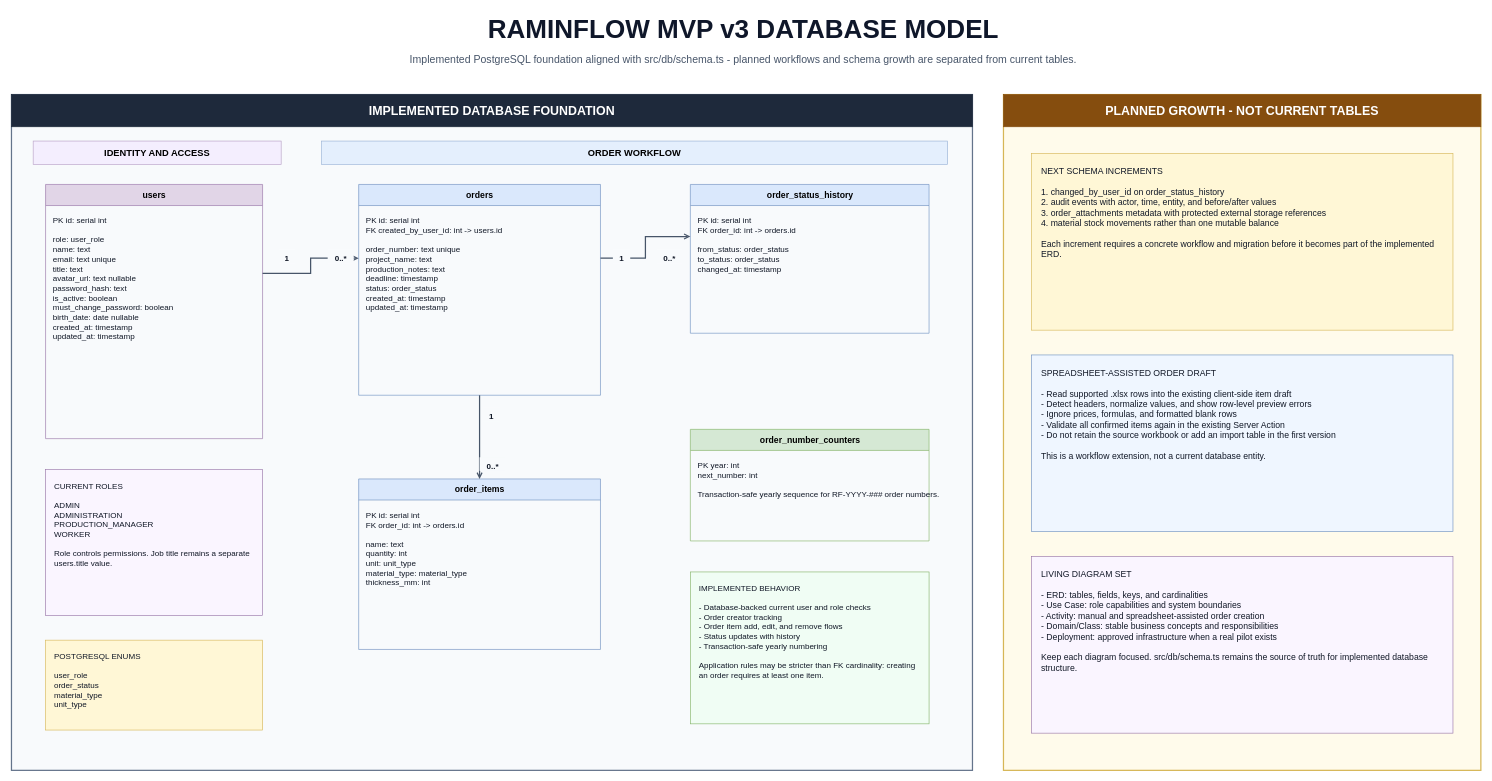
This is docs/raminflow-mvp-erd.drawio from RaminTuzelis/raminflow, a draw.io file, before an edit. Source tidied: cells renumbered, new cells numbered last; positions are measured from the earlier drawing's top-left corner, leaving out a move shared by most shapes. Both pictures are drawn from the tidied source at 62%, with x=0, y=0 at pixel (11, 11).
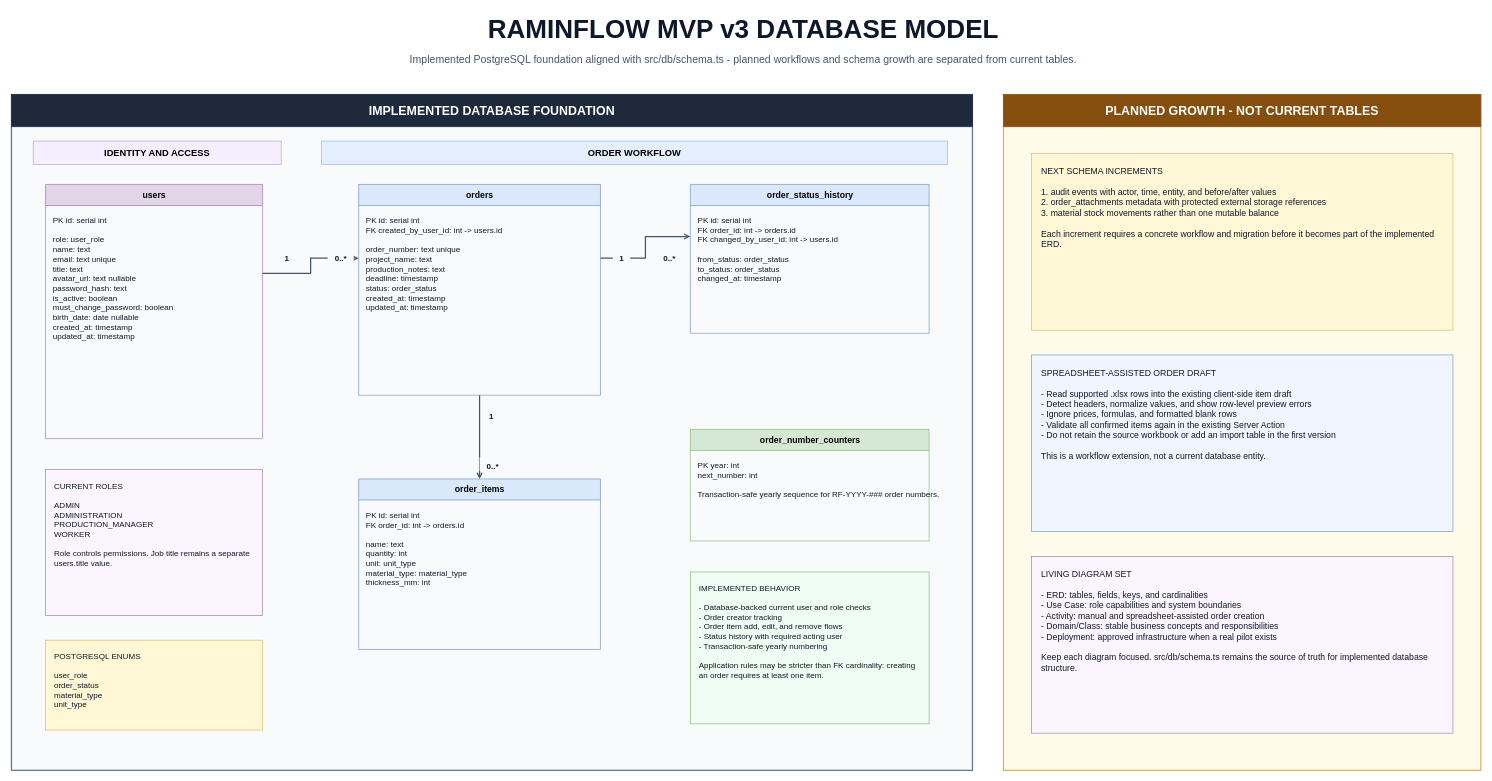
The same page after the edit.

Commit message (it also covers changes not shown here):
Align project documentation with current implementation

The change refers to these unchanged cells:
```xml
<mxCell id="16" value="order_status_history" style="swimlane;html=1;startSize=34;rounded=0;fontStyle=1;fontSize=14;fillColor=#dae8fc;strokeColor=#6c8ebf;" parent="1" vertex="1">
  <mxGeometry x="1095" y="280" width="385" height="240" as="geometry" />
</mxCell>
```

What changed in the source:
```diff
@@
-    <mxCell id="17" value="PK  id: serial int&lt;br&gt;FK  order_id: int -&gt; orders.id&lt;br&gt;&lt;br&gt;from_status: order_status&lt;br&gt;to_status: order_status&lt;br&gt;changed_at: timestamp" style="text;html=1;strokeColor=none;fillColor=none;align=left;verticalAlign=top;spacing=12;fontSize=13;fontColor=#111827;" parent="16" vertex="1">
+    <mxCell id="17" value="PK  id: serial int&lt;br&gt;FK  order_id: int -&gt; orders.id&lt;br&gt;FK  changed_by_user_id: int -&gt; users.id&lt;br&gt;&lt;br&gt;from_status: order_status&lt;br&gt;to_status: order_status&lt;br&gt;changed_at: timestamp" style="text;html=1;strokeColor=none;fillColor=none;align=left;verticalAlign=top;spacing=12;fontSize=13;fontColor=#111827;" parent="16" vertex="1">
       <mxGeometry y="34" width="385" height="206" as="geometry" />
     </mxCell>
@@
-    <mxCell id="20" value="IMPLEMENTED BEHAVIOR&lt;br&gt;&lt;br&gt;- Database-backed current user and role checks&lt;br&gt;- Order creator tracking&lt;br&gt;- Order item add, edit, and remove flows&lt;br&gt;- Status updates with history&lt;br&gt;- Transaction-safe yearly numbering&lt;br&gt;&lt;br&gt;Application rules may be stricter than FK cardinality: creating an order requires at least one item." style="rounded=0;whiteSpace=wrap;html=1;fontSize=13;align=left;verticalAlign=top;fillColor=#f0fdf4;strokeColor=#82b366;fontColor=#111827;spacing=14;" parent="1" vertex="1">
+    <mxCell id="20" value="IMPLEMENTED BEHAVIOR&lt;br&gt;&lt;br&gt;- Database-backed current user and role checks&lt;br&gt;- Order creator tracking&lt;br&gt;- Order item add, edit, and remove flows&lt;br&gt;- Status history with required acting user&lt;br&gt;- Transaction-safe yearly numbering&lt;br&gt;&lt;br&gt;Application rules may be stricter than FK cardinality: creating an order requires at least one item." style="rounded=0;whiteSpace=wrap;html=1;fontSize=13;align=left;verticalAlign=top;fillColor=#f0fdf4;strokeColor=#82b366;fontColor=#111827;spacing=14;" parent="1" vertex="1">
       <mxGeometry x="1095" y="905" width="385" height="245" as="geometry" />
     </mxCell>
@@
-    <mxCell id="32" value="NEXT SCHEMA INCREMENTS&lt;br&gt;&lt;br&gt;1. changed_by_user_id on order_status_history&lt;br&gt;2. audit events with actor, time, entity, and before/after values&lt;br&gt;3. order_attachments metadata with protected external storage references&lt;br&gt;4. material stock movements rather than one mutable balance&lt;br&gt;&lt;br&gt;Each increment requires a concrete workflow and migration before it becomes part of the implemented ERD." style="rounded=0;whiteSpace=wrap;html=1;fontSize=14;align=left;verticalAlign=top;fillColor=#fff7d6;strokeColor=#d6b656;fontColor=#111827;spacing=16;" parent="1" vertex="1">
+    <mxCell id="32" value="NEXT SCHEMA INCREMENTS&lt;br&gt;&lt;br&gt;1. audit events with actor, time, entity, and before/after values&lt;br&gt;2. order_attachments metadata with protected external storage references&lt;br&gt;3. material stock movements rather than one mutable balance&lt;br&gt;&lt;br&gt;Each increment requires a concrete workflow and migration before it becomes part of the implemented ERD." style="rounded=0;whiteSpace=wrap;html=1;fontSize=14;align=left;verticalAlign=top;fillColor=#fff7d6;strokeColor=#d6b656;fontColor=#111827;spacing=16;" parent="1" vertex="1">
       <mxGeometry x="1645" y="230" width="680" height="285" as="geometry" />
     </mxCell>
```
